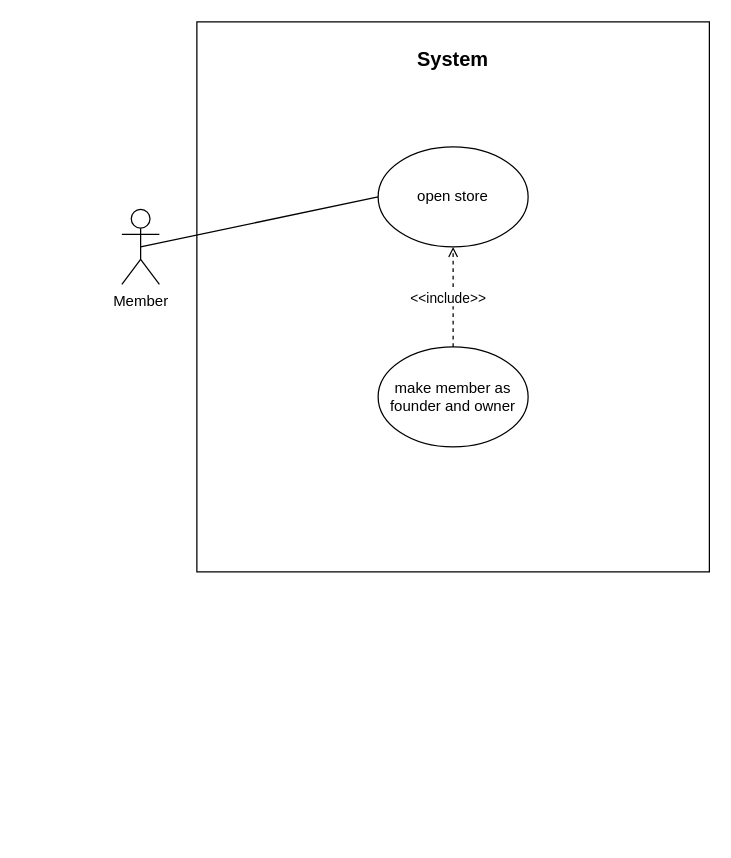
Before: use cases/use case 3.2.drawio in LevyIfta/Team-19B-Project, a draw.io diagram. Source tidied: cells renumbered, new cells numbered last; positions are measured from the earlier drawing's top-left corner, leaving out a move shared by most shapes. Both pictures are drawn from the tidied source at 125%, with x=0, y=0 at pixel (121, 21).
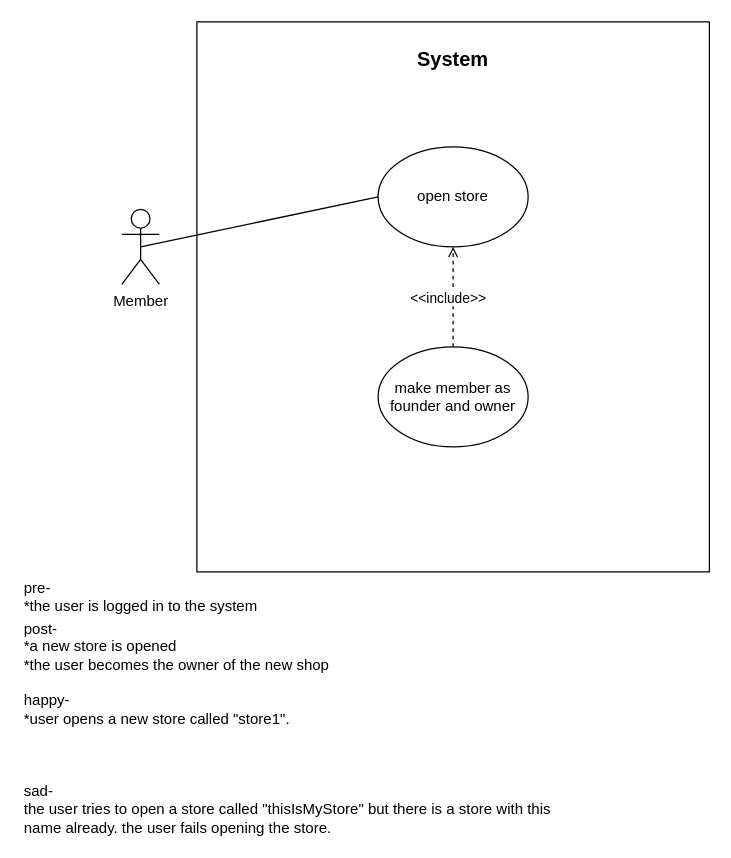
Above is the later version.

What changed in the source:
```diff
@@
 <mxGraphModel>
   <root>
     <mxCell id="0" />
     <mxCell id="1" parent="0" />
     <mxCell id="2" style="rounded=0;whiteSpace=wrap;html=1;" parent="1" vertex="1">
       <mxGeometry x="60" width="410" height="440" as="geometry" />
     </mxCell>
     <mxCell id="3" value="&lt;font size=&quot;3&quot;&gt;&lt;b&gt;System&lt;/b&gt;&lt;/font&gt;" style="text;html=1;strokeColor=none;fillColor=none;align=center;verticalAlign=middle;whiteSpace=wrap;rounded=0;" parent="1" vertex="1">
       <mxGeometry x="245" y="20" width="40" height="20" as="geometry" />
     </mxCell>
     <mxCell id="4" value="Member" style="shape=umlActor;verticalLabelPosition=bottom;verticalAlign=top;html=1;outlineConnect=0;" parent="1" vertex="1">
       <mxGeometry y="150" width="30" height="60" as="geometry" />
     </mxCell>
     <mxCell id="5" value="open store" style="ellipse;whiteSpace=wrap;html=1;" parent="1" vertex="1">
       <mxGeometry x="205" y="100" width="120" height="80" as="geometry" />
     </mxCell>
     <mxCell id="6" style="endArrow=none;html=1;strokeWidth=1;exitX=0.5;exitY=0.5;exitDx=0;exitDy=0;exitPerimeter=0;entryX=0;entryY=0.5;entryDx=0;entryDy=0;" parent="1" edge="1" source="4" target="5">
       <mxGeometry relative="1" as="geometry" />
     </mxCell>
     <mxCell id="7" value="make member as founder and owner" style="ellipse;whiteSpace=wrap;html=1;" parent="1" vertex="1">
       <mxGeometry x="205" y="260" width="120" height="80" as="geometry" />
     </mxCell>
     <mxCell id="8" style="endArrow=open;dashed=1;html=1;strokeWidth=1;entryX=0.5;entryY=1;entryDx=0;entryDy=0;exitX=0.5;exitY=0;exitDx=0;exitDy=0;endFill=0;" parent="1" edge="1" source="7" target="5">
       <mxGeometry relative="1" as="geometry" />
     </mxCell>
     <mxCell id="9" value="&amp;lt;&amp;lt;include&amp;gt;&amp;gt;" style="edgeLabel;html=1;align=center;verticalAlign=middle;" parent="8" vertex="1">
       <mxGeometry x="-0.4" y="-4" relative="1" as="geometry">
         <mxPoint x="-9" y="-16" as="offset" />
       </mxGeometry>
     </mxCell>
+    <mxCell id="10" value="&lt;div&gt;&lt;span&gt;pre-&lt;/span&gt;&lt;/div&gt;&lt;div&gt;&lt;span&gt;*the user is logged in to the system&lt;/span&gt;&lt;/div&gt;" style="text;html=1;strokeColor=none;fillColor=none;align=left;verticalAlign=middle;whiteSpace=wrap;rounded=0;" parent="1" vertex="1">
+      <mxGeometry x="-80" y="450" width="310" height="20" as="geometry" />
+    </mxCell>
+    <mxCell id="11" value="post-&lt;br&gt;*a new store is opened&lt;br&gt;*the user becomes the owner of the new shop" style="text;html=1;strokeColor=none;fillColor=none;align=left;verticalAlign=middle;whiteSpace=wrap;rounded=0;" parent="1" vertex="1">
+      <mxGeometry x="-80" y="490" width="360" height="20" as="geometry" />
+    </mxCell>
+    <mxCell id="12" value="happy-&lt;br&gt;*user opens a new store called &quot;store1&quot;." style="text;html=1;strokeColor=none;fillColor=none;align=left;verticalAlign=middle;whiteSpace=wrap;rounded=0;" parent="1" vertex="1">
+      <mxGeometry x="-80" y="540" width="270" height="20" as="geometry" />
+    </mxCell>
+    <mxCell id="13" value="sad-&lt;br&gt;the user tries to open a store called &quot;thisIsMyStore&quot; but there is a store with this name already. the user fails opening the store." style="text;html=1;strokeColor=none;fillColor=none;align=left;verticalAlign=middle;whiteSpace=wrap;rounded=0;" parent="1" vertex="1">
+      <mxGeometry x="-80" y="620" width="450" height="20" as="geometry" />
+    </mxCell>
   </root>
 </mxGraphModel>
```
